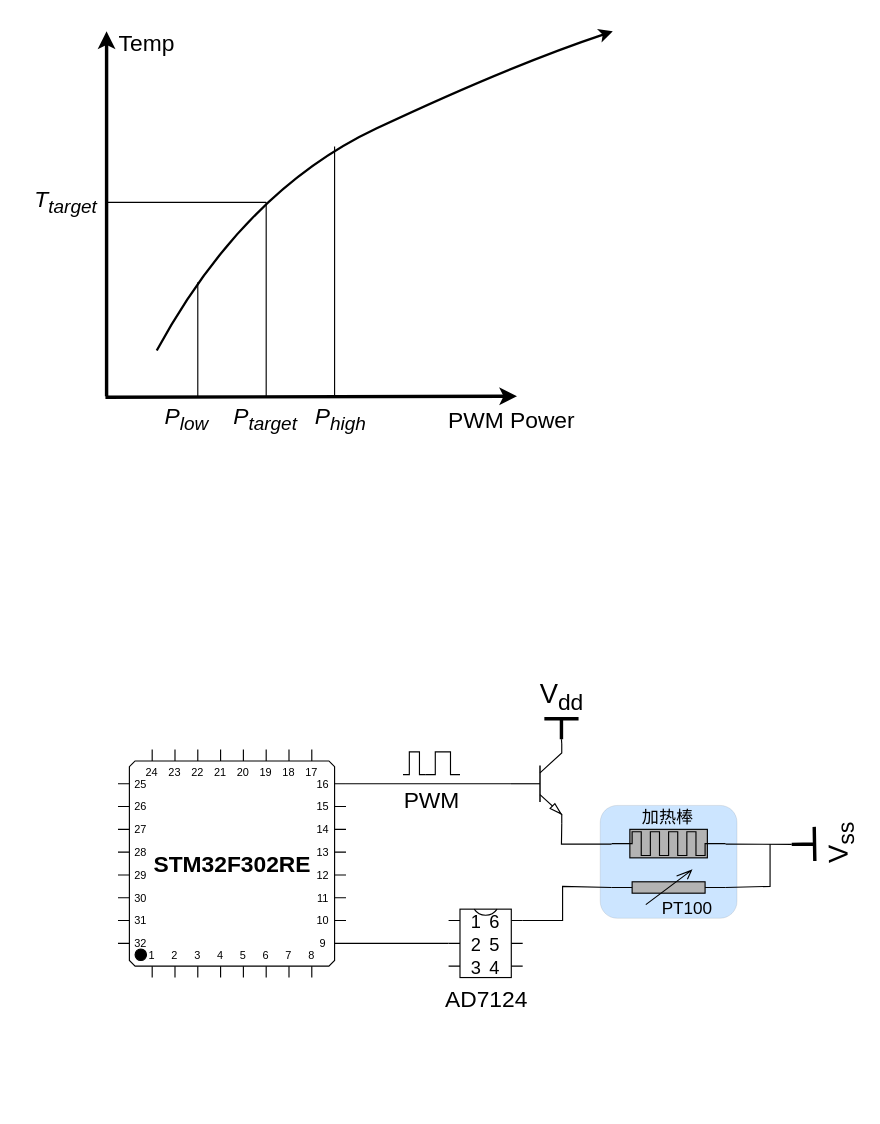
The draw.io diagram tempCtrl.drawio in ShadowThree/drawing_draw_io, before the edit. Source tidied: cells renumbered, new cells numbered last; positions are measured from the earlier drawing's top-left corner, leaving out a move shared by most shapes. Both pictures are drawn from the tidied source at 114%, with x=0, y=0 at pixel (19, 19).
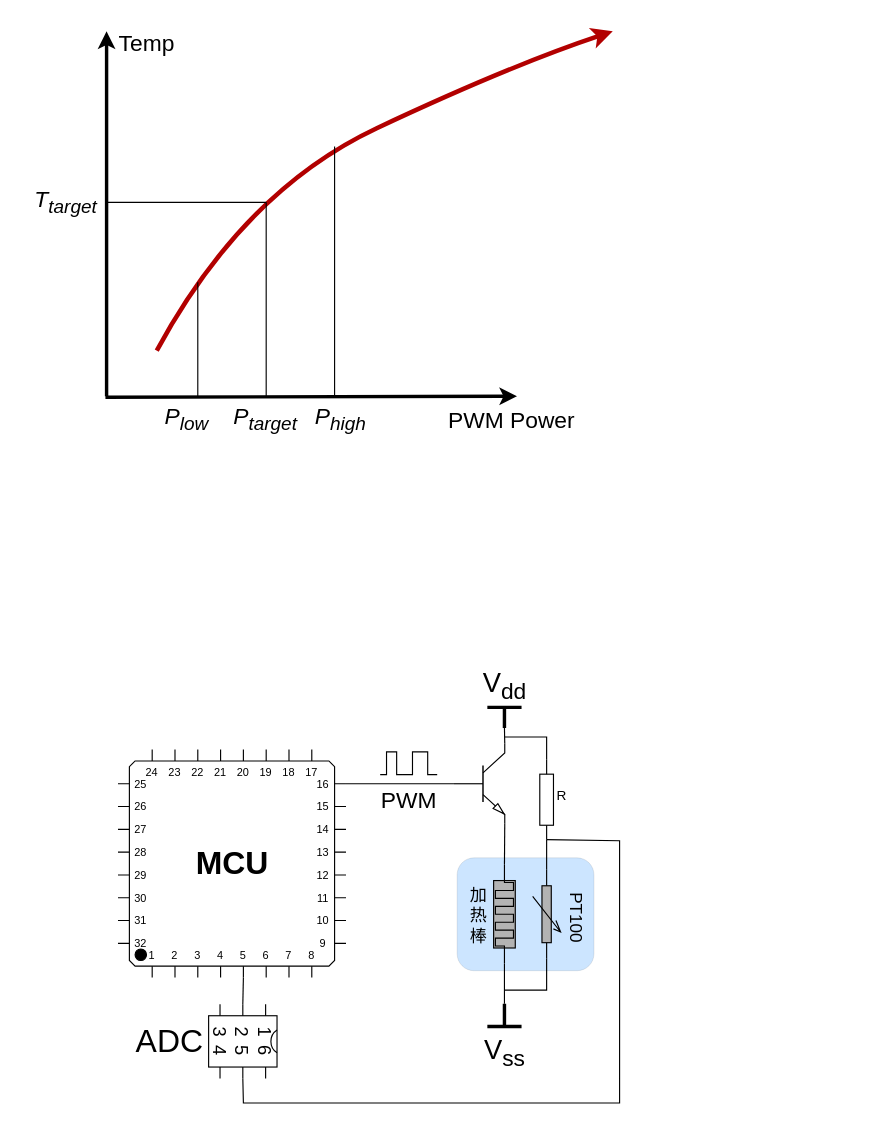
Above is the later version.

What changed in the source:
```diff
@@
     <mxCell id="2" style="rounded=1;whiteSpace=wrap;html=1;shadow=0;sketch=0;fillStyle=auto;fontSize=20;strokeColor=#36393d;strokeWidth=0;fillColor=#cce5ff;glass=0;" parent="1" vertex="1">
-      <mxGeometry x="509" y="689" width="120" height="99" as="geometry" />
+      <mxGeometry x="383.5" y="735" width="120" height="99" as="geometry" />
     </mxCell>
     <mxCell id="3" style="verticalLabelPosition=bottom;shadow=0;dashed=0;align=center;html=1;verticalAlign=top;shape=mxgraph.electrical.transistors.npn_transistor_5;fillStyle=auto;strokeWidth=1;" parent="1" vertex="1">
-      <mxGeometry x="428" y="635" width="50" height="70" as="geometry" />
+      <mxGeometry x="378" y="635" width="50" height="70" as="geometry" />
     </mxCell>
-    <mxCell id="4" value="&lt;b&gt;&lt;font style=&quot;font-size: 20px;&quot;&gt;STM32F302RE&lt;/font&gt;&lt;/b&gt;" style="shadow=0;dashed=0;align=center;html=1;strokeWidth=1;shape=mxgraph.electrical.logic_gates.qfp_ic;labelNames=a,b,c,d,e,f,g,h,i,j,k,l,m,n,o,p,q,r,s,t,u,v,w,x,y,z,a1,b1,c1,d1,e1,f1,g1,h1,i1,j1,k1,l1,m1,n1;fillStyle=auto;" parent="1" vertex="1">
+    <mxCell id="4" value="&lt;b&gt;&lt;font style=&quot;font-size: 28px;&quot;&gt;MCU&lt;/font&gt;&lt;/b&gt;" style="shadow=0;dashed=0;align=center;html=1;strokeWidth=1;shape=mxgraph.electrical.logic_gates.qfp_ic;labelNames=a,b,c,d,e,f,g,h,i,j,k,l,m,n,o,p,q,r,s,t,u,v,w,x,y,z,a1,b1,c1,d1,e1,f1,g1,h1,i1,j1,k1,l1,m1,n1;fillStyle=auto;" parent="1" vertex="1">
       <mxGeometry x="86" y="640" width="200" height="200" as="geometry" />
     </mxCell>
-    <mxCell id="5" style="verticalLabelPosition=bottom;shadow=0;dashed=0;align=center;html=1;verticalAlign=top;shape=mxgraph.electrical.resistors.variable_resistor_1;fillStyle=auto;strokeWidth=1;sketch=0;fillColor=#B3B3B3;" parent="1" vertex="1">
-      <mxGeometry x="519" y="746" width="100" height="30" as="geometry" />
+    <mxCell id="5" style="verticalLabelPosition=bottom;shadow=0;dashed=0;align=center;html=1;verticalAlign=top;shape=mxgraph.electrical.resistors.variable_resistor_1;fillStyle=auto;strokeWidth=1;sketch=0;fillColor=#B3B3B3;rotation=90;" parent="1" vertex="1">
+      <mxGeometry x="423" y="772.2" width="78" height="24.5" as="geometry" />
     </mxCell>
     <mxCell id="6" value="V&lt;sub&gt;dd&lt;/sub&gt;" style="verticalLabelPosition=top;verticalAlign=bottom;shape=mxgraph.electrical.signal_sources.vdd;shadow=0;dashed=0;align=center;strokeWidth=3;fontSize=24;html=1;flipV=1;sketch=0;fillStyle=solid;" parent="1" vertex="1">
-      <mxGeometry x="460" y="613" width="30" height="18" as="geometry" />
+      <mxGeometry x="410" y="603" width="30" height="18" as="geometry" />
     </mxCell>
-    <mxCell id="7" value="V&lt;sub&gt;ss&lt;/sub&gt;" style="verticalLabelPosition=bottom;shadow=0;dashed=0;align=center;html=1;verticalAlign=top;shape=mxgraph.electrical.signal_sources.vss2;fontSize=24;flipV=1;sketch=0;fillStyle=solid;strokeColor=#000000;strokeWidth=3;rotation=-91;" parent="1" vertex="1">
-      <mxGeometry x="672" y="713" width="30" height="20" as="geometry" />
+    <mxCell id="7" value="V&lt;sub&gt;ss&lt;/sub&gt;" style="verticalLabelPosition=bottom;shadow=0;dashed=0;align=center;html=1;verticalAlign=top;shape=mxgraph.electrical.signal_sources.vss2;fontSize=24;flipV=1;sketch=0;fillStyle=solid;strokeColor=#000000;strokeWidth=3;rotation=0;" parent="1" vertex="1">
+      <mxGeometry x="410" y="863" width="30" height="20" as="geometry" />
     </mxCell>
     <mxCell id="8" style="verticalLabelPosition=bottom;shadow=0;dashed=0;align=center;html=1;verticalAlign=top;shape=mxgraph.electrical.waveforms.pulse_1;sketch=0;fillStyle=solid;strokeColor=#000000;strokeWidth=1;" parent="1" vertex="1">
-      <mxGeometry x="336" y="642" width="20" height="20" as="geometry" />
+      <mxGeometry x="316" y="642" width="20" height="20" as="geometry" />
     </mxCell>
-    <mxCell id="9" style="endArrow=none;html=1;rounded=0;exitX=1;exitY=1;exitDx=0;exitDy=0;exitPerimeter=0;entryX=0;entryY=0.5;entryDx=0;entryDy=0;entryPerimeter=0;" parent="1" edge="1" source="3">
-      <mxGeometry relative="1" as="geometry">
-        <mxPoint x="519" y="723" as="targetPoint" />
-        <Array as="points">
-          <mxPoint x="475" y="723" />
-        </Array>
-      </mxGeometry>
-    </mxCell>
-    <mxCell id="10" style="endArrow=none;html=1;rounded=0;entryX=0.5;entryY=1;entryDx=0;entryDy=0;entryPerimeter=0;exitX=1;exitY=0.5;exitDx=0;exitDy=0;exitPerimeter=0;" parent="1" edge="1" target="7">
-      <mxGeometry relative="1" as="geometry">
-        <mxPoint x="619" y="723" as="sourcePoint" />
-      </mxGeometry>
-    </mxCell>
-    <mxCell id="11" style="endArrow=none;html=1;rounded=0;exitX=1;exitY=0.5;exitDx=0;exitDy=0;exitPerimeter=0;" parent="1" edge="1" source="5">
-      <mxGeometry relative="1" as="geometry">
-        <mxPoint x="658" y="723" as="targetPoint" />
-        <Array as="points">
-          <mxPoint x="658" y="760" />
-        </Array>
-      </mxGeometry>
-    </mxCell>
-    <mxCell id="12" value="&lt;br&gt;&lt;br&gt;&lt;br&gt;&lt;br&gt;AD7124" style="shadow=0;dashed=0;align=center;html=1;strokeWidth=1;shape=mxgraph.electrical.logic_gates.dual_inline_ic;labelNames=a,b,c,d,e,f,g,h,i,j,k,l,m,n,o,p,q,r,s,t;sketch=0;fillStyle=solid;fontSize=20;" parent="1" vertex="1">
-      <mxGeometry x="376" y="780" width="65" height="60" as="geometry" />
+    <mxCell id="12" style="shadow=0;dashed=0;align=center;html=1;strokeWidth=1;shape=mxgraph.electrical.logic_gates.dual_inline_ic;labelNames=a,b,c,d,e,f,g,h,i,j,k,l,m,n,o,p,q,r,s,t;sketch=0;fillStyle=solid;fontSize=20;rotation=90;" parent="1" vertex="1">
+      <mxGeometry x="163" y="866" width="65" height="60" as="geometry" />
     </mxCell>
-    <mxCell id="13" style="endArrow=none;html=1;rounded=0;fontSize=20;exitX=1;exitY=0;exitDx=0;exitDy=170;exitPerimeter=0;entryX=0;entryY=0;entryDx=0;entryDy=30;entryPerimeter=0;" parent="1" edge="1" source="4" target="12">
-      <mxGeometry relative="1" as="geometry" />
-    </mxCell>
-    <mxCell id="14" style="endArrow=none;html=1;rounded=0;fontSize=20;entryX=0;entryY=0.5;entryDx=0;entryDy=0;entryPerimeter=0;exitX=1;exitY=0;exitDx=0;exitDy=10;exitPerimeter=0;" parent="1" edge="1" source="12" target="5">
-      <mxGeometry relative="1" as="geometry">
-        <Array as="points">
-          <mxPoint x="476" y="790" />
-          <mxPoint x="476" y="760" />
-        </Array>
-      </mxGeometry>
-    </mxCell>
@@
     <mxCell id="17" style="verticalLabelPosition=bottom;shadow=0;dashed=0;align=center;html=1;verticalAlign=top;shape=mxgraph.electrical.waveforms.pulse_1;sketch=0;fillStyle=solid;strokeColor=#000000;strokeWidth=1;" parent="1" vertex="1">
-      <mxGeometry x="356" y="642" width="30" height="20" as="geometry" />
+      <mxGeometry x="336" y="642" width="30" height="20" as="geometry" />
     </mxCell>
     <mxCell id="18" value="PWM" style="text;html=1;align=center;verticalAlign=middle;strokeColor=none;fillColor=none;fontSize=20;" parent="1" vertex="1">
-      <mxGeometry x="326" y="664" width="70" height="40" as="geometry" />
+      <mxGeometry x="306" y="664" width="70" height="40" as="geometry" />
     </mxCell>
-    <mxCell id="19" value="PT100" style="text;html=1;align=center;verticalAlign=middle;strokeColor=none;fillColor=none;fontSize=15;" parent="1" vertex="1">
-      <mxGeometry x="554" y="764" width="62" height="30" as="geometry" />
+    <mxCell id="19" value="PT100" style="text;html=1;align=center;verticalAlign=middle;strokeColor=none;fillColor=none;fontSize=15;rotation=90;" parent="1" vertex="1">
+      <mxGeometry x="458" y="772.2" width="62" height="30" as="geometry" />
     </mxCell>
-    <mxCell id="20" value="加热棒" style="text;html=1;align=center;verticalAlign=middle;strokeColor=none;fillColor=none;fontSize=15;" parent="1" vertex="1">
-      <mxGeometry x="536" y="684" width="63" height="30" as="geometry" />
+    <mxCell id="20" value="加&lt;br&gt;热&lt;br&gt;棒" style="text;html=1;align=center;verticalAlign=middle;strokeColor=none;fillColor=none;fontSize=15;" parent="1" vertex="1">
+      <mxGeometry x="385" y="751.5" width="33" height="66" as="geometry" />
     </mxCell>
-    <mxCell id="21" style="verticalLabelPosition=bottom;shadow=0;dashed=0;align=center;html=1;verticalAlign=top;shape=mxgraph.electrical.resistors.memristor_2;rounded=1;glass=0;sketch=0;fillStyle=auto;fontSize=15;strokeColor=#000000;strokeWidth=1;fillColor=#B3B3B3;gradientColor=none;" parent="1" vertex="1">
-      <mxGeometry x="519" y="710" width="100" height="25" as="geometry" />
+    <mxCell id="21" style="verticalLabelPosition=bottom;shadow=0;dashed=0;align=center;html=1;verticalAlign=top;shape=mxgraph.electrical.resistors.memristor_2;rounded=1;glass=0;sketch=0;fillStyle=auto;fontSize=15;strokeColor=#000000;strokeWidth=1;fillColor=#B3B3B3;gradientColor=none;rotation=-90;" parent="1" vertex="1">
+      <mxGeometry x="381.5" y="775" width="87" height="19" as="geometry" />
     </mxCell>
@@
-    <mxCell id="24" style="curved=1;endArrow=classic;html=1;rounded=0;strokeWidth=2;" parent="1" edge="1">
+    <mxCell id="24" style="curved=1;endArrow=classic;html=1;rounded=0;strokeWidth=4;fillColor=#e51400;strokeColor=#B20000;" parent="1" edge="1">
       <mxGeometry relative="1" as="geometry">
         <mxPoint x="120" y="290" as="sourcePoint" />
         <mxPoint x="520" y="10" as="targetPoint" />
         <Array as="points">
           <mxPoint x="196" y="150" />
           <mxPoint x="430" y="40" />
         </Array>
       </mxGeometry>
     </mxCell>
@@
+    <mxCell id="35" style="verticalLabelPosition=bottom;shadow=0;dashed=0;align=center;html=1;verticalAlign=top;shape=mxgraph.electrical.resistors.resistor_1;rotation=-90;" parent="1" vertex="1">
+      <mxGeometry x="427" y="678" width="70" height="12" as="geometry" />
+    </mxCell>
+    <mxCell id="13" style="endArrow=none;html=1;rounded=0;exitX=0;exitY=1;exitDx=110;exitDy=0;exitPerimeter=0;entryX=0;entryY=0;entryDx=0;entryDy=30;entryPerimeter=0;" parent="1" edge="1" source="4" target="12">
+      <mxGeometry relative="1" as="geometry" />
+    </mxCell>
+    <mxCell id="36" style="endArrow=none;html=1;rounded=0;entryX=1;entryY=1;entryDx=0;entryDy=0;entryPerimeter=0;exitX=1;exitY=0.5;exitDx=0;exitDy=0;exitPerimeter=0;" parent="1" edge="1" source="21" target="3">
+      <mxGeometry relative="1" as="geometry" />
+    </mxCell>
+    <mxCell id="37" style="endArrow=none;html=1;rounded=0;entryX=0;entryY=0.5;entryDx=0;entryDy=0;entryPerimeter=0;exitX=0;exitY=0.5;exitDx=0;exitDy=0;exitPerimeter=0;" parent="1" edge="1" source="5" target="35">
+      <mxGeometry relative="1" as="geometry" />
+    </mxCell>
+    <mxCell id="38" style="endArrow=none;html=1;rounded=0;entryX=1;entryY=0.5;entryDx=0;entryDy=0;entryPerimeter=0;" parent="1" edge="1" target="35">
+      <mxGeometry relative="1" as="geometry">
+        <mxPoint x="425" y="629" as="sourcePoint" />
+        <Array as="points">
+          <mxPoint x="462" y="629" />
+        </Array>
+      </mxGeometry>
+    </mxCell>
+    <mxCell id="39" style="endArrow=none;html=1;rounded=0;exitX=0;exitY=0.5;exitDx=0;exitDy=0;exitPerimeter=0;entryX=0.5;entryY=1;entryDx=0;entryDy=0;entryPerimeter=0;" parent="1" edge="1" source="21" target="7">
+      <mxGeometry relative="1" as="geometry" />
+    </mxCell>
+    <mxCell id="40" style="endArrow=none;html=1;rounded=0;exitX=1;exitY=0.5;exitDx=0;exitDy=0;exitPerimeter=0;" parent="1" edge="1" source="5">
+      <mxGeometry relative="1" as="geometry">
+        <mxPoint x="425" y="851" as="targetPoint" />
+        <Array as="points">
+          <mxPoint x="462" y="851" />
+        </Array>
+      </mxGeometry>
+    </mxCell>
+    <mxCell id="41" value="R" style="text;html=1;align=center;verticalAlign=middle;strokeColor=none;fillColor=none;" parent="1" vertex="1">
+      <mxGeometry x="461" y="668" width="27" height="26" as="geometry" />
+    </mxCell>
+    <mxCell id="42" value="ADC" style="text;html=1;align=center;verticalAlign=middle;strokeColor=none;fillColor=none;fontSize=28;" parent="1" vertex="1">
+      <mxGeometry x="92" y="873" width="77" height="46" as="geometry" />
+    </mxCell>
+    <mxCell id="43" style="endArrow=none;html=1;rounded=0;fontSize=28;exitX=1;exitY=0;exitDx=0;exitDy=30;exitPerimeter=0;entryX=0;entryY=0.5;entryDx=0;entryDy=0;entryPerimeter=0;" parent="1" edge="1" source="12" target="35">
+      <mxGeometry relative="1" as="geometry">
+        <Array as="points">
+          <mxPoint x="196" y="950" />
+          <mxPoint x="526" y="950" />
+          <mxPoint x="526" y="720" />
+        </Array>
+      </mxGeometry>
+    </mxCell>
```
